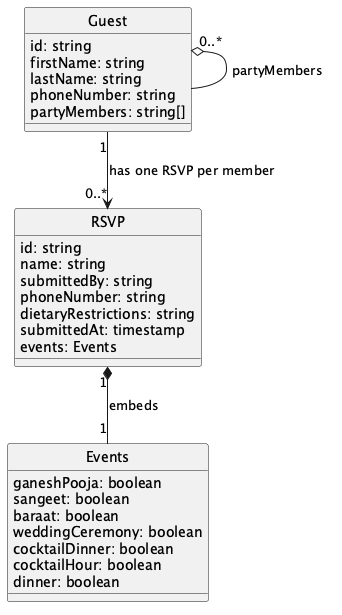
Earlier version of the PlantUML export docs/rsvp-data-model.png (Shanav12/Salwan-Bagga-Wedding).
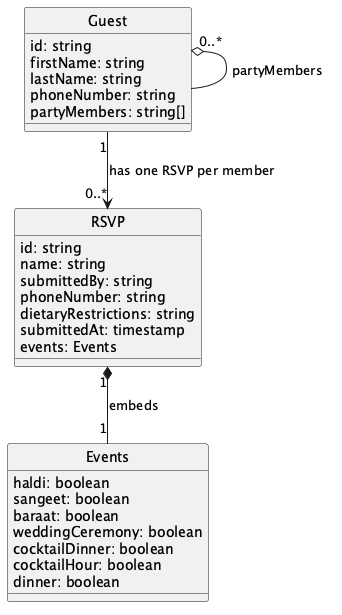
After the commit.

The edit, as a diff of the source:
```diff
@@ -21,7 +21,7 @@
 }
 
 class Events {
-  ganeshPooja: boolean
+  haldi: boolean
   sangeet: boolean
   baraat: boolean
   weddingCeremony: boolean
```
